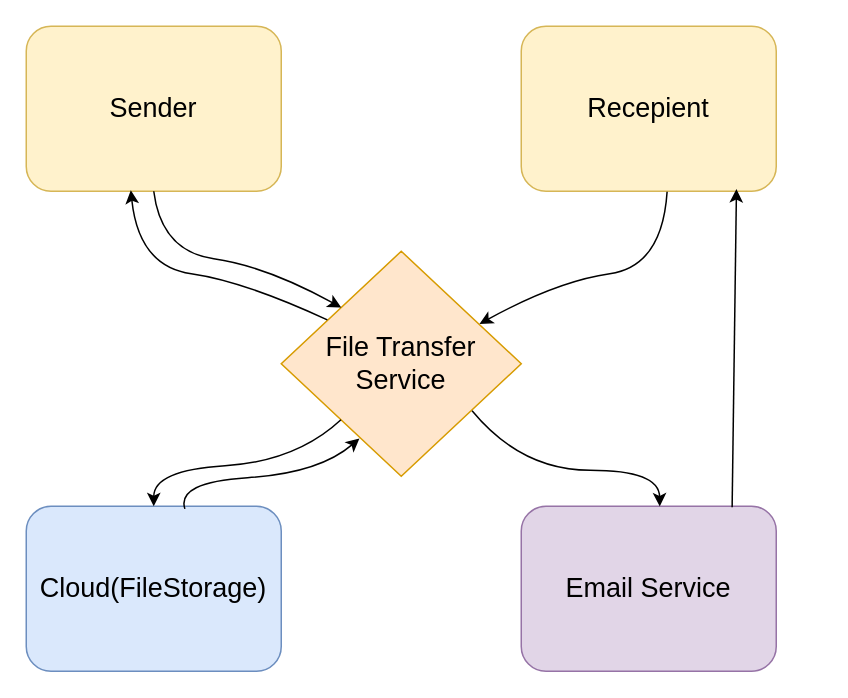
Alabaykin/test-git-FOSSdev keeps this draw.io diagram as file_exchanger/docs/context.drawio. Above is the earlier version. Source tidied: cells renumbered, new cells numbered last; positions are measured from the earlier drawing's top-left corner, leaving out a move shared by most shapes. Both pictures are drawn from the tidied source at 150%, with x=0, y=0 at pixel (26, 26).
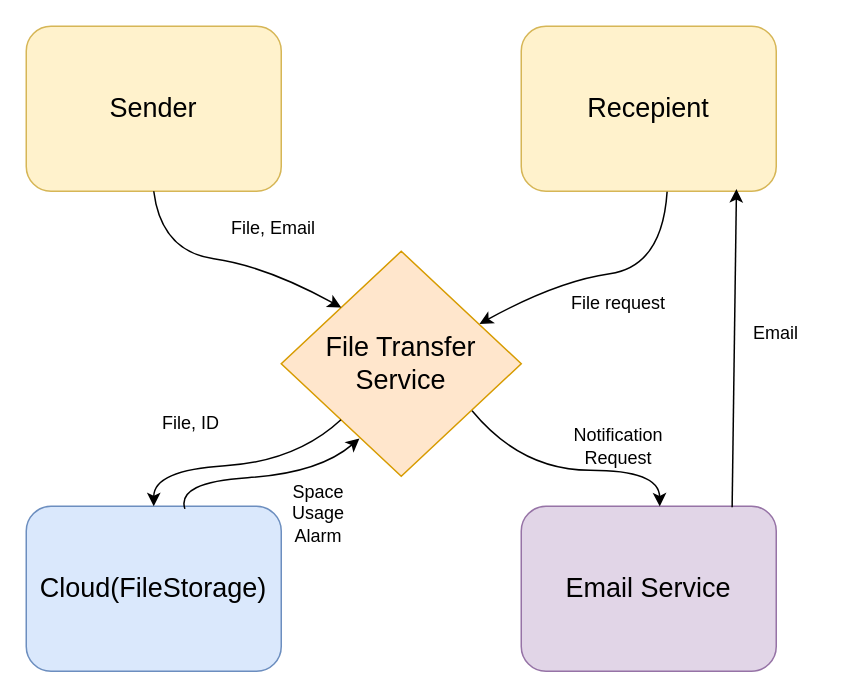
The same page after the edit.

Commit message:
Added text in diagram

Unchanged cells that the change refers to:
```xml
<mxCell id="2" value="File Transfer Service" style="rhombus;whiteSpace=wrap;html=1;fontSize=18;fillColor=#ffe6cc;strokeColor=#d79b00;" parent="1" vertex="1">
  <mxGeometry x="170" y="150" width="160" height="150" as="geometry" />
</mxCell>
<mxCell id="3" value="Sender" style="rounded=1;whiteSpace=wrap;html=1;fontSize=18;fillColor=#fff2cc;strokeColor=#d6b656;" parent="1" vertex="1">
  <mxGeometry width="170" height="110" as="geometry" />
</mxCell>
```

The edit, as a diff of the source:
```diff
@@
-    <mxCell id="8" style="curved=1;endArrow=none;html=1;rounded=0;entryX=0.192;entryY=0.305;entryDx=0;entryDy=0;exitX=0.41;exitY=0.994;exitDx=0;exitDy=0;exitPerimeter=0;endFill=0;startArrow=classic;startFill=1;entryPerimeter=0;fontSize=18;" parent="1" edge="1" source="3" target="2">
-      <mxGeometry relative="1" as="geometry">
-        <Array as="points">
-          <mxPoint x="75" y="160" />
-          <mxPoint x="145" y="170" />
-        </Array>
-      </mxGeometry>
-    </mxCell>
@@
+    <mxCell id="14" value="File, Email" style="text;html=1;whiteSpace=wrap;strokeColor=none;fillColor=none;align=center;verticalAlign=middle;rounded=0;" parent="1" vertex="1">
+      <mxGeometry x="130" y="110" width="70" height="50" as="geometry" />
+    </mxCell>
+    <mxCell id="15" value="File request" style="text;html=1;whiteSpace=wrap;strokeColor=none;fillColor=none;align=center;verticalAlign=middle;rounded=0;" parent="1" vertex="1">
+      <mxGeometry x="360" y="170" width="70" height="30" as="geometry" />
+    </mxCell>
+    <mxCell id="16" value="Notification Request" style="text;html=1;whiteSpace=wrap;strokeColor=none;fillColor=none;align=center;verticalAlign=middle;rounded=0;" parent="1" vertex="1">
+      <mxGeometry x="360" y="260" width="70" height="40" as="geometry" />
+    </mxCell>
+    <mxCell id="17" value="Email" style="text;html=1;whiteSpace=wrap;strokeColor=none;fillColor=none;align=center;verticalAlign=middle;rounded=0;" parent="1" vertex="1">
+      <mxGeometry x="470" y="190" width="60" height="30" as="geometry" />
+    </mxCell>
+    <mxCell id="18" value="File, ID" style="text;html=1;whiteSpace=wrap;strokeColor=none;fillColor=none;align=center;verticalAlign=middle;rounded=0;" parent="1" vertex="1">
+      <mxGeometry x="80" y="250" width="60" height="30" as="geometry" />
+    </mxCell>
+    <mxCell id="19" value="Space Usage Alarm" style="text;html=1;whiteSpace=wrap;strokeColor=none;fillColor=none;align=center;verticalAlign=middle;rounded=0;" parent="1" vertex="1">
+      <mxGeometry x="160" y="300" width="70" height="50" as="geometry" />
+    </mxCell>
```
